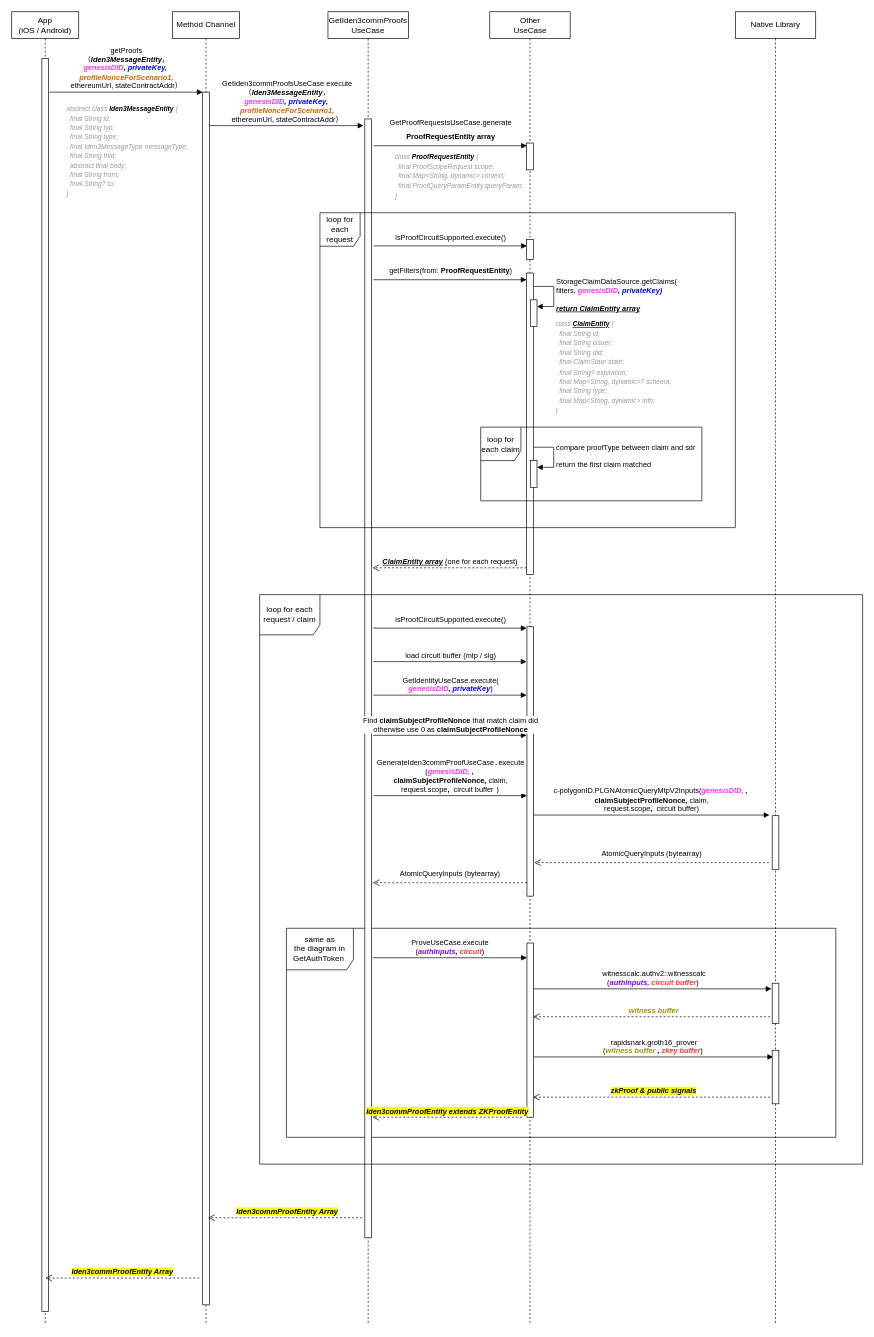
The draw.io diagram draw.io/did/optimize-getproofs.drawio in yushihang/yushihang.github.io, before the edit. Source tidied: cells renumbered, new cells numbered last; positions are measured from the earlier drawing's top-left corner, leaving out a move shared by most shapes. Both pictures are drawn from the tidied source at 67%, with x=0, y=0 at pixel (11, 11).
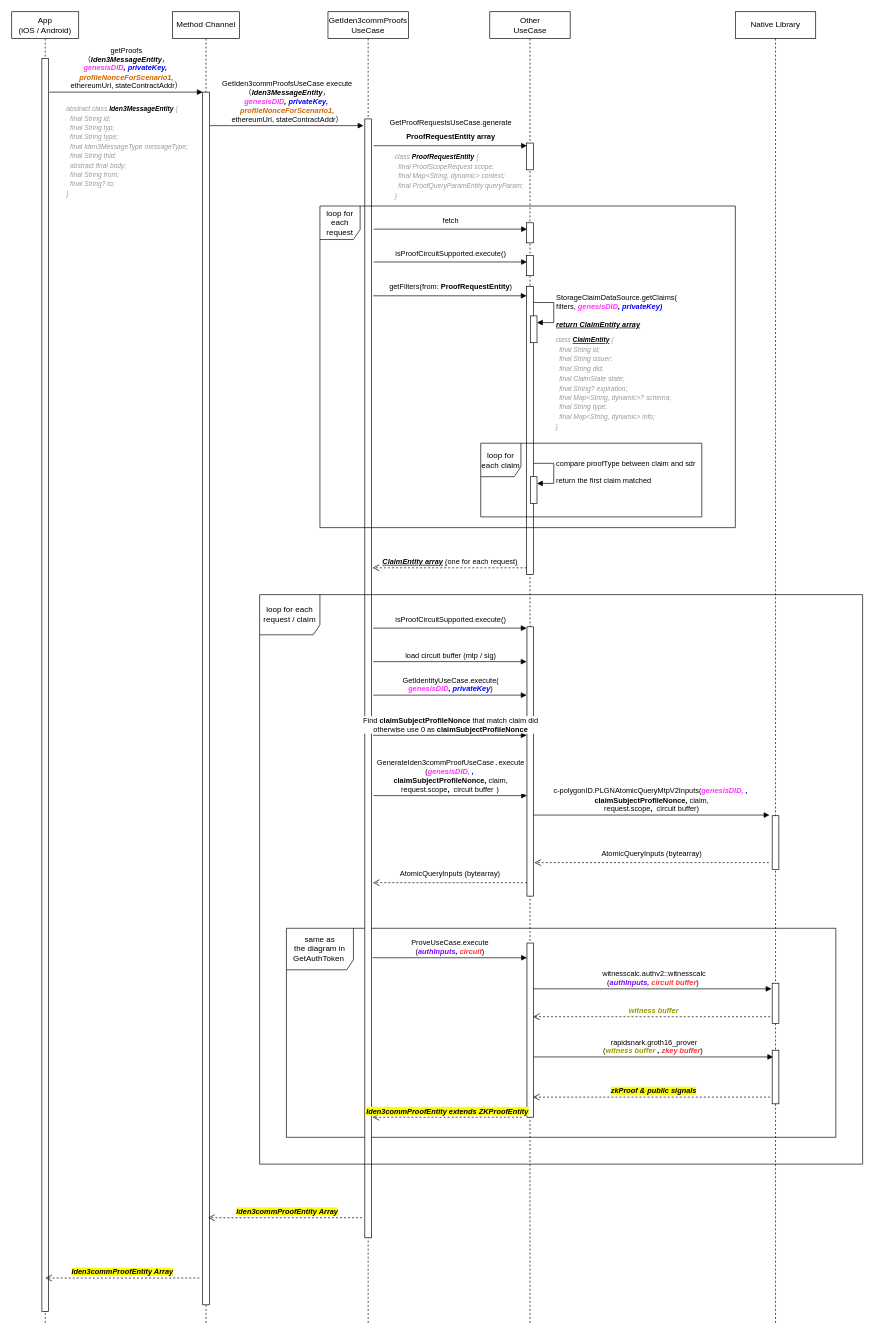
After the change.

Unchanged cells that the change refers to:
```xml
<mxCell id="16" value="Other&lt;br&gt;UseCase" style="shape=umlLifeline;perimeter=lifelinePerimeter;whiteSpace=wrap;html=1;newEdgeStyle={&quot;curved&quot;:0,&quot;rounded&quot;:0};" parent="1" vertex="1">
  <mxGeometry x="713.5" width="120" height="1960" as="geometry" />
</mxCell>
```

The edit, as a diff of the source:
```diff
@@
     <mxCell id="18" style="html=1;perimeter=orthogonalPerimeter;targetShapes=umlLifeline;newEdgeStyle={&quot;curved&quot;:0,&quot;rounded&quot;:0};" parent="16" vertex="1">
-      <mxGeometry x="55" y="390" width="10" height="450" as="geometry" />
+      <mxGeometry x="55" y="410" width="10" height="430" as="geometry" />
     </mxCell>
@@
     <mxCell id="25" value="loop for each request" style="shape=umlFrame;whiteSpace=wrap;html=1;width=60;height=50;" parent="1" vertex="1">
-      <mxGeometry x="460" y="300" width="620" height="470" as="geometry" />
+      <mxGeometry x="460" y="290" width="620" height="480" as="geometry" />
     </mxCell>
     <mxCell id="26" style="html=1;perimeter=orthogonalPerimeter;targetShapes=umlLifeline;newEdgeStyle={&quot;curved&quot;:0,&quot;rounded&quot;:0};" parent="1" vertex="1">
-      <mxGeometry x="768.5" y="340" width="10" height="30" as="geometry" />
+      <mxGeometry x="768.5" y="364" width="10" height="30" as="geometry" />
     </mxCell>
     <mxCell id="27" value="&lt;div style=&quot;line-height: 120%;&quot;&gt;&lt;div style=&quot;line-height: 21px;&quot;&gt;&lt;div style=&quot;line-height: 21px;&quot;&gt;&lt;div style=&quot;line-height: 21px;&quot;&gt;&lt;span style=&quot;background-color: rgb(255, 255, 255);&quot;&gt;&lt;font style=&quot;font-size: 11px;&quot; face=&quot;Helvetica&quot;&gt;isProofCircuitSupported.execute()&lt;/font&gt;&lt;/span&gt;&lt;/div&gt;&lt;/div&gt;&lt;/div&gt;&lt;/div&gt;&lt;div style=&quot;line-height: 21px;&quot;&gt;&lt;/div&gt;" style="html=1;verticalAlign=bottom;endArrow=block;curved=0;rounded=0;sourcePerimeterSpacing=0;entryX=0;entryY=0;entryDx=0;entryDy=5;entryPerimeter=0;" parent="1" edge="1">
       <mxGeometry relative="1" as="geometry">
-        <mxPoint x="540" y="349.5" as="sourcePoint" />
-        <mxPoint x="769" y="349.5" as="targetPoint" />
+        <mxPoint x="540" y="373.5" as="sourcePoint" />
+        <mxPoint x="769" y="373.5" as="targetPoint" />
       </mxGeometry>
     </mxCell>
     <mxCell id="28" value="&lt;div style=&quot;line-height: 120%;&quot;&gt;&lt;div style=&quot;line-height: 21px;&quot;&gt;&lt;div style=&quot;line-height: 21px;&quot;&gt;&lt;div style=&quot;line-height: 21px;&quot;&gt;&lt;font style=&quot;font-size: 11px;&quot; face=&quot;Helvetica&quot;&gt;getFilters(from:&amp;nbsp;&lt;/font&gt;&lt;b style=&quot;border-color: var(--border-color);&quot;&gt;ProofRequestEntity&lt;/b&gt;)&lt;/div&gt;&lt;/div&gt;&lt;/div&gt;&lt;/div&gt;&lt;div style=&quot;line-height: 21px;&quot;&gt;&lt;/div&gt;" style="html=1;verticalAlign=bottom;endArrow=block;curved=0;rounded=0;sourcePerimeterSpacing=0;entryX=0;entryY=0;entryDx=0;entryDy=5;entryPerimeter=0;" parent="1" edge="1">
       <mxGeometry relative="1" as="geometry">
-        <mxPoint x="539.5" y="400" as="sourcePoint" />
-        <mxPoint x="768.5" y="400" as="targetPoint" />
+        <mxPoint x="539.5" y="424" as="sourcePoint" />
+        <mxPoint x="768.5" y="424" as="targetPoint" />
       </mxGeometry>
     </mxCell>
     <mxCell id="29" style="html=1;points=[[0,0,0,0,5],[0,1,0,0,-5],[1,0,0,0,5],[1,1,0,0,-5]];perimeter=orthogonalPerimeter;outlineConnect=0;targetShapes=umlLifeline;portConstraint=eastwest;newEdgeStyle={&quot;curved&quot;:0,&quot;rounded&quot;:0};" parent="1" vertex="1">
-      <mxGeometry x="774" y="430" width="10" height="40" as="geometry" />
+      <mxGeometry x="774" y="454" width="10" height="40" as="geometry" />
     </mxCell>
     <mxCell id="30" value="&lt;div style=&quot;line-height: 120%;&quot;&gt;&lt;div style=&quot;line-height: 120%;&quot;&gt;&lt;span style=&quot;background-color: rgb(255, 255, 255);&quot;&gt;StorageClaimDataSource&lt;/span&gt;.getClaims(&lt;/div&gt;&lt;div style=&quot;line-height: 120%;&quot;&gt;filters,&amp;nbsp;&lt;b style=&quot;border-color: var(--border-color); text-align: center;&quot;&gt;&lt;i style=&quot;border-color: var(--border-color);&quot;&gt;&lt;font style=&quot;border-color: var(--border-color);&quot; color=&quot;#ff33ff&quot;&gt;genesisDID&lt;/font&gt;,&amp;nbsp;&lt;i style=&quot;border-color: var(--border-color);&quot;&gt;&lt;font style=&quot;border-color: var(--border-color);&quot; color=&quot;#0000ff&quot;&gt;privateKey)&lt;/font&gt;&lt;/i&gt;&lt;/i&gt;&lt;/b&gt;&lt;/div&gt;&lt;div style=&quot;line-height: 120%;&quot;&gt;&lt;b style=&quot;border-color: var(--border-color); text-align: center;&quot;&gt;&lt;i style=&quot;border-color: var(--border-color);&quot;&gt;&lt;i style=&quot;border-color: var(--border-color);&quot;&gt;&lt;font style=&quot;border-color: var(--border-color);&quot; color=&quot;#0000ff&quot;&gt;&lt;br&gt;&lt;/font&gt;&lt;/i&gt;&lt;/i&gt;&lt;/b&gt;&lt;/div&gt;&lt;div style=&quot;line-height: 120%;&quot;&gt;&lt;b style=&quot;border-color: var(--border-color); text-align: center;&quot;&gt;&lt;i style=&quot;border-color: var(--border-color);&quot;&gt;&lt;i style=&quot;border-color: var(--border-color);&quot;&gt;&lt;font style=&quot;border-color: var(--border-color);&quot; color=&quot;#0000ff&quot;&gt;&lt;b style=&quot;border-color: var(--border-color); color: rgb(0, 0, 0); font-style: normal;&quot;&gt;&lt;u style=&quot;border-color: var(--border-color);&quot;&gt;&lt;i style=&quot;border-color: var(--border-color);&quot;&gt;return ClaimEntity array&lt;/i&gt;&lt;/u&gt;&lt;/b&gt;&lt;br&gt;&lt;/font&gt;&lt;/i&gt;&lt;/i&gt;&lt;/b&gt;&lt;/div&gt;&lt;/div&gt;" style="html=1;align=left;spacingLeft=2;endArrow=block;rounded=0;edgeStyle=orthogonalEdgeStyle;curved=0;rounded=0;" parent="1" edge="1" target="29">
       <mxGeometry relative="1" as="geometry">
-        <mxPoint x="779" y="410" as="sourcePoint" />
+        <mxPoint x="779" y="434" as="sourcePoint" />
         <Array as="points">
-          <mxPoint x="809" y="440" />
+          <mxPoint x="809" y="464" />
         </Array>
       </mxGeometry>
     </mxCell>
@@
     <mxCell id="32" value="&lt;font style=&quot;font-size: 10px;&quot;&gt;&lt;i style=&quot;&quot;&gt;&lt;font color=&quot;#999999&quot;&gt;class &lt;/font&gt;&lt;b style=&quot;&quot;&gt;&lt;u&gt;ClaimEntity&lt;/u&gt;&lt;/b&gt;&lt;font color=&quot;#999999&quot;&gt; {&lt;/font&gt;&lt;/i&gt;&lt;br&gt;&lt;i style=&quot;color: rgb(153, 153, 153);&quot;&gt;&amp;nbsp; final String id;&lt;/i&gt;&lt;br&gt;&lt;i style=&quot;color: rgb(153, 153, 153);&quot;&gt;&lt;span class=&quot;Apple-converted-space&quot;&gt;&amp;nbsp; &lt;/span&gt;final String issuer;&lt;/i&gt;&lt;br&gt;&lt;i style=&quot;color: rgb(153, 153, 153);&quot;&gt;&lt;span class=&quot;Apple-converted-space&quot;&gt;&amp;nbsp; &lt;/span&gt;final String did;&lt;/i&gt;&lt;br&gt;&lt;i style=&quot;color: rgb(153, 153, 153);&quot;&gt;&lt;span class=&quot;Apple-converted-space&quot;&gt;&amp;nbsp; &lt;/span&gt;final ClaimState state;&lt;/i&gt;&lt;br&gt;&lt;i style=&quot;color: rgb(153, 153, 153);&quot;&gt;&lt;span class=&quot;Apple-converted-space&quot;&gt;&amp;nbsp; &lt;/span&gt;final String? expiration;&lt;/i&gt;&lt;br&gt;&lt;i style=&quot;color: rgb(153, 153, 153);&quot;&gt;&lt;span class=&quot;Apple-converted-space&quot;&gt;&amp;nbsp; &lt;/span&gt;final Map&amp;lt;String, dynamic&amp;gt;? schema;&lt;/i&gt;&lt;br&gt;&lt;i style=&quot;color: rgb(153, 153, 153);&quot;&gt;&lt;span class=&quot;Apple-converted-space&quot;&gt;&amp;nbsp; &lt;/span&gt;final String type;&lt;/i&gt;&lt;br&gt;&lt;i style=&quot;color: rgb(153, 153, 153);&quot;&gt;&lt;span class=&quot;Apple-converted-space&quot;&gt;&amp;nbsp; &lt;/span&gt;final Map&amp;lt;String, dynamic&amp;gt; info;&lt;/i&gt;&lt;br&gt;&lt;i style=&quot;color: rgb(153, 153, 153);&quot;&gt;}&lt;/i&gt;&lt;/font&gt;" style="text;html=1;align=left;verticalAlign=middle;strokeColor=none;fillColor=none;" parent="1" vertex="1">
-      <mxGeometry x="810" y="450" width="200" height="160" as="geometry" />
+      <mxGeometry x="810" y="474" width="200" height="160" as="geometry" />
     </mxCell>
     <mxCell id="33" style="html=1;points=[[0,0,0,0,5],[0,1,0,0,-5],[1,0,0,0,5],[1,1,0,0,-5]];perimeter=orthogonalPerimeter;outlineConnect=0;targetShapes=umlLifeline;portConstraint=eastwest;newEdgeStyle={&quot;curved&quot;:0,&quot;rounded&quot;:0};" parent="1" vertex="1">
-      <mxGeometry x="774" y="670" width="10" height="40" as="geometry" />
+      <mxGeometry x="774" y="694" width="10" height="40" as="geometry" />
     </mxCell>
     <mxCell id="34" value="&lt;div style=&quot;line-height: 120%;&quot;&gt;&lt;div style=&quot;line-height: 120%;&quot;&gt;compare proofType between claim and sdr&lt;/div&gt;&lt;div style=&quot;line-height: 120%;&quot;&gt;&lt;br&gt;&lt;/div&gt;&lt;div style=&quot;line-height: 120%;&quot;&gt;return the first claim matched&lt;/div&gt;&lt;/div&gt;" style="html=1;align=left;spacingLeft=2;endArrow=block;rounded=0;edgeStyle=orthogonalEdgeStyle;curved=0;rounded=0;" parent="1" edge="1" target="33">
       <mxGeometry relative="1" as="geometry">
-        <mxPoint x="779" y="650" as="sourcePoint" />
+        <mxPoint x="779" y="674" as="sourcePoint" />
         <Array as="points">
-          <mxPoint x="809" y="680" />
+          <mxPoint x="809" y="704" />
         </Array>
       </mxGeometry>
     </mxCell>
     <mxCell id="35" value="loop for each claim" style="shape=umlFrame;whiteSpace=wrap;html=1;width=60;height=50;" parent="1" vertex="1">
-      <mxGeometry x="700" y="620" width="330" height="110" as="geometry" />
+      <mxGeometry x="700" y="644" width="330" height="110" as="geometry" />
     </mxCell>
@@
+    <mxCell id="53" style="html=1;perimeter=orthogonalPerimeter;targetShapes=umlLifeline;newEdgeStyle={&quot;curved&quot;:0,&quot;rounded&quot;:0};" parent="1" vertex="1">
+      <mxGeometry x="768.5" y="315" width="10" height="30" as="geometry" />
+    </mxCell>
+    <mxCell id="54" value="&lt;div style=&quot;line-height: 120%;&quot;&gt;&lt;div style=&quot;line-height: 21px;&quot;&gt;&lt;div style=&quot;line-height: 21px;&quot;&gt;&lt;div style=&quot;line-height: 21px;&quot;&gt;&lt;span style=&quot;background-color: rgb(255, 255, 255);&quot;&gt;&lt;font style=&quot;font-size: 11px;&quot; face=&quot;Helvetica&quot;&gt;fetch&lt;/font&gt;&lt;/span&gt;&lt;/div&gt;&lt;/div&gt;&lt;/div&gt;&lt;/div&gt;&lt;div style=&quot;line-height: 21px;&quot;&gt;&lt;/div&gt;" style="html=1;verticalAlign=bottom;endArrow=block;curved=0;rounded=0;sourcePerimeterSpacing=0;entryX=0;entryY=0;entryDx=0;entryDy=5;entryPerimeter=0;" parent="1" edge="1">
+      <mxGeometry relative="1" as="geometry">
+        <mxPoint x="540" y="324.5" as="sourcePoint" />
+        <mxPoint x="769" y="324.5" as="targetPoint" />
+      </mxGeometry>
+    </mxCell>
```
